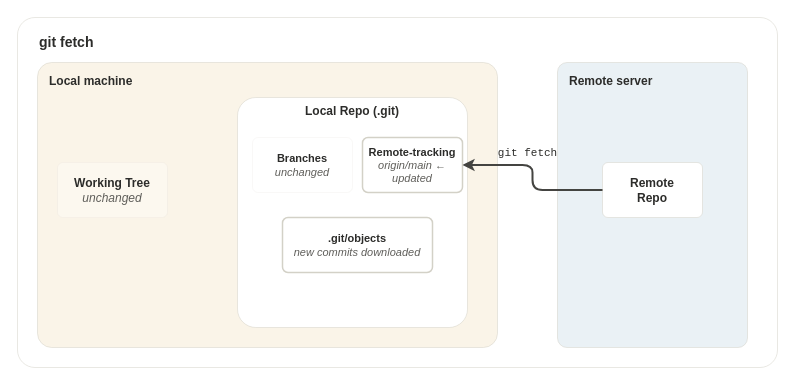
Earlier version of the draw.io diagram assets/drawio/git-remote-fetch.drawio (braboj/tutorial-git). Source tidied: cells renumbered, new cells numbered last; positions are measured from the earlier drawing's top-left corner, leaving out a move shared by most shapes. Both pictures are drawn from the tidied source at 100%, with x=0, y=0 at pixel (17, 17).
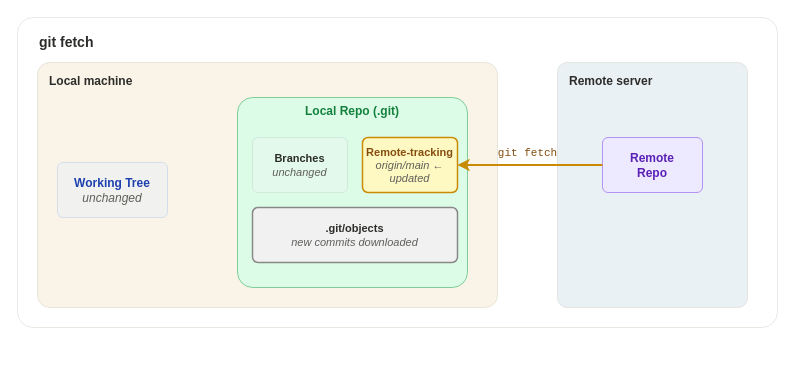
The same page after the edit.

Commit message (it also covers changes not shown here):
fix: restore colors and polish all remote chapter diagrams

Change to the diagram source:
```diff
@@
 <mxGraphModel>
   <root>
     <mxCell id="0" />
     <mxCell id="1" parent="0" />
     <mxCell id="2" style="rounded=1;whiteSpace=wrap;html=1;fillColor=#FFFFFF;strokeColor=#D3D1C7;strokeWidth=0.5;shadow=0;arcSize=5;" parent="1" vertex="1">
-      <mxGeometry width="760" height="350" as="geometry" />
+      <mxGeometry width="760" height="310" as="geometry" />
     </mxCell>
     <mxCell id="3" value="git fetch" style="text;html=1;strokeColor=none;fillColor=none;align=left;verticalAlign=top;fontSize=14;fontStyle=1;fontColor=#2C2C2A;fontFamily=Helvetica;" parent="1" vertex="1">
       <mxGeometry x="20" y="10" width="120" height="24" as="geometry" />
     </mxCell>
     <mxCell id="4" style="rounded=1;whiteSpace=wrap;html=1;fillColor=#FAF4E8;strokeColor=#D3D1C7;strokeWidth=0.5;shadow=0;arcSize=5;" parent="1" vertex="1">
-      <mxGeometry x="20" y="45" width="460" height="285" as="geometry" />
+      <mxGeometry x="20" y="45" width="460" height="245" as="geometry" />
     </mxCell>
     <mxCell id="5" value="Local machine" style="text;html=1;strokeColor=none;fillColor=none;align=left;verticalAlign=top;fontSize=12;fontStyle=1;fontColor=#2C2C2A;fontFamily=Helvetica;" parent="1" vertex="1">
       <mxGeometry x="30" y="50" width="120" height="20" as="geometry" />
     </mxCell>
     <mxCell id="6" style="rounded=1;whiteSpace=wrap;html=1;fillColor=#EAF1F5;strokeColor=#D3D1C7;strokeWidth=0.5;shadow=0;arcSize=5;" parent="1" vertex="1">
-      <mxGeometry x="540" y="45" width="190" height="285" as="geometry" />
+      <mxGeometry x="540" y="45" width="190" height="245" as="geometry" />
     </mxCell>
     <mxCell id="7" value="Remote server" style="text;html=1;strokeColor=none;fillColor=none;align=left;verticalAlign=top;fontSize=12;fontStyle=1;fontColor=#2C2C2A;fontFamily=Helvetica;" parent="1" vertex="1">
       <mxGeometry x="550" y="50" width="120" height="20" as="geometry" />
     </mxCell>
-    <mxCell id="8" value="Working Tree&lt;br&gt;&lt;i style=&quot;font-weight:normal;color:#5F5E5A&quot;&gt;unchanged&lt;/i&gt;" style="rounded=1;whiteSpace=wrap;html=1;fillColor=#FFFFFF;strokeColor=#D3D1C7;strokeWidth=0.5;shadow=0;fontSize=12;fontStyle=1;fontColor=#2C2C2A;fontFamily=Helvetica;verticalAlign=middle;align=center;arcSize=10;opacity=30;" parent="1" vertex="1">
+    <mxCell id="8" value="Working Tree&lt;br&gt;&lt;i style=&quot;font-weight:normal;color:#5F5E5A&quot;&gt;unchanged&lt;/i&gt;" style="rounded=1;whiteSpace=wrap;html=1;fillColor=#DBEAFE;strokeColor=#2563EB;strokeWidth=0.5;shadow=0;fontSize=12;fontStyle=1;fontColor=#1E40AF;fontFamily=Helvetica;verticalAlign=middle;align=center;arcSize=10;opacity=30;" parent="1" vertex="1">
       <mxGeometry x="40" y="145" width="110" height="55" as="geometry" />
     </mxCell>
-    <mxCell id="9" value="Local Repo (.git)" style="rounded=1;whiteSpace=wrap;html=1;fillColor=#FFFFFF;strokeColor=#D3D1C7;strokeWidth=0.5;shadow=0;fontSize=12;fontStyle=1;fontColor=#2C2C2A;fontFamily=Helvetica;verticalAlign=top;align=center;arcSize=8;" parent="1" vertex="1">
-      <mxGeometry x="220" y="80" width="230" height="230" as="geometry" />
+    <mxCell id="9" value="Local Repo (.git)" style="rounded=1;whiteSpace=wrap;html=1;fillColor=#DCFCE7;strokeColor=#16A34A;strokeWidth=0.5;shadow=0;fontSize=12;fontStyle=1;fontColor=#15803D;fontFamily=Helvetica;verticalAlign=top;align=center;arcSize=8;" parent="1" vertex="1">
+      <mxGeometry x="220" y="80" width="230" height="190" as="geometry" />
     </mxCell>
-    <mxCell id="10" value="Branches&lt;br&gt;&lt;i style=&quot;font-weight:normal;color:#5F5E5A&quot;&gt;unchanged&lt;/i&gt;" style="rounded=1;whiteSpace=wrap;html=1;fillColor=#FFFFFF;strokeColor=#D3D1C7;strokeWidth=0.5;shadow=0;fontSize=11;fontStyle=1;fontColor=#2C2C2A;fontFamily=Helvetica;verticalAlign=middle;align=center;arcSize=10;opacity=30;" parent="1" vertex="1">
-      <mxGeometry x="235" y="120" width="100" height="55" as="geometry" />
+    <mxCell id="10" value="Branches&lt;br&gt;&lt;i style=&quot;font-weight:normal;color:#5F5E5A&quot;&gt;unchanged&lt;/i&gt;" style="rounded=1;whiteSpace=wrap;html=1;fillColor=#F1F1F1;strokeColor=#888888;strokeWidth=0.5;shadow=0;fontSize=11;fontStyle=1;fontColor=#2C2C2A;fontFamily=Helvetica;verticalAlign=middle;align=center;arcSize=10;opacity=30;" parent="1" vertex="1">
+      <mxGeometry x="235" y="120" width="95" height="55" as="geometry" />
     </mxCell>
-    <mxCell id="11" value="Remote-tracking&lt;br&gt;&lt;i style=&quot;font-weight:normal;color:#5F5E5A&quot;&gt;origin/main &amp;#x2190; updated&lt;/i&gt;" style="rounded=1;whiteSpace=wrap;html=1;fillColor=#FFFFFF;strokeColor=#D3D1C7;strokeWidth=1.5;shadow=0;fontSize=11;fontStyle=1;fontColor=#2C2C2A;fontFamily=Helvetica;verticalAlign=middle;align=center;arcSize=10;" parent="1" vertex="1">
-      <mxGeometry x="345" y="120" width="100" height="55" as="geometry" />
+    <mxCell id="11" value="Remote-tracking&lt;br&gt;&lt;i style=&quot;font-weight:normal;color:#5F5E5A&quot;&gt;origin/main &amp;#x2190; updated&lt;/i&gt;" style="rounded=1;whiteSpace=wrap;html=1;fillColor=#FEF9C3;strokeColor=#CA8A04;strokeWidth=1.5;shadow=0;fontSize=11;fontStyle=1;fontColor=#854D0E;fontFamily=Helvetica;verticalAlign=middle;align=center;arcSize=10;" parent="1" vertex="1">
+      <mxGeometry x="345" y="120" width="95" height="55" as="geometry" />
     </mxCell>
-    <mxCell id="12" value=".git/objects&lt;br&gt;&lt;i style=&quot;font-weight:normal;color:#5F5E5A&quot;&gt;new commits downloaded&lt;/i&gt;" style="rounded=1;whiteSpace=wrap;html=1;fillColor=#FFFFFF;strokeColor=#D3D1C7;strokeWidth=1.5;shadow=0;fontSize=11;fontStyle=1;fontColor=#2C2C2A;fontFamily=Helvetica;verticalAlign=middle;align=center;arcSize=10;" parent="1" vertex="1">
-      <mxGeometry x="265" y="200" width="150" height="55" as="geometry" />
+    <mxCell id="12" value=".git/objects&lt;br&gt;&lt;i style=&quot;font-weight:normal;color:#5F5E5A&quot;&gt;new commits downloaded&lt;/i&gt;" style="rounded=1;whiteSpace=wrap;html=1;fillColor=#F1F1F1;strokeColor=#888888;strokeWidth=1.5;shadow=0;fontSize=11;fontStyle=1;fontColor=#2C2C2A;fontFamily=Helvetica;verticalAlign=middle;align=center;arcSize=10;" parent="1" vertex="1">
+      <mxGeometry x="235" y="190" width="205" height="55" as="geometry" />
     </mxCell>
-    <mxCell id="13" value="Remote&lt;br&gt;Repo" style="rounded=1;whiteSpace=wrap;html=1;fillColor=#FFFFFF;strokeColor=#D3D1C7;strokeWidth=0.5;shadow=0;fontSize=12;fontStyle=1;fontColor=#2C2C2A;fontFamily=Helvetica;verticalAlign=middle;align=center;arcSize=10;" parent="1" vertex="1">
-      <mxGeometry x="585" y="145" width="100" height="55" as="geometry" />
+    <mxCell id="13" value="Remote&lt;br&gt;Repo" style="rounded=1;whiteSpace=wrap;html=1;fillColor=#EDE9FE;strokeColor=#7C3AED;strokeWidth=0.5;shadow=0;fontSize=12;fontStyle=1;fontColor=#5B21B6;fontFamily=Helvetica;verticalAlign=middle;align=center;arcSize=10;" parent="1" vertex="1">
+      <mxGeometry x="585" y="120" width="100" height="55" as="geometry" />
     </mxCell>
-    <mxCell id="14" style="endArrow=classic;html=1;strokeColor=#444441;strokeWidth=2;endFill=1;endSize=6;exitX=0;exitY=0.5;exitDx=0;exitDy=0;entryX=1;entryY=0.5;entryDx=0;entryDy=0;edgeStyle=orthogonalEdgeStyle;" parent="1" edge="1" source="13" target="11">
+    <mxCell id="14" style="endArrow=classic;html=1;strokeColor=#CA8A04;strokeWidth=2;endFill=1;endSize=6;exitX=0;exitY=0.5;exitDx=0;exitDy=0;entryX=1;entryY=0.5;entryDx=0;entryDy=0;edgeStyle=orthogonalEdgeStyle;" parent="1" edge="1" source="13" target="11">
       <mxGeometry relative="1" as="geometry" />
     </mxCell>
-    <mxCell id="15" value="git fetch" style="text;html=1;strokeColor=none;fillColor=none;align=center;verticalAlign=bottom;fontSize=11;fontStyle=0;fontColor=#2C2C2A;fontFamily=Courier New;" parent="1" vertex="1">
+    <mxCell id="15" value="git fetch" style="text;html=1;strokeColor=none;fillColor=none;align=center;verticalAlign=bottom;fontSize=11;fontStyle=0;fontColor=#854D0E;fontFamily=Courier New;" parent="1" vertex="1">
       <mxGeometry x="470" y="127" width="80" height="18" as="geometry" />
     </mxCell>
   </root>
 </mxGraphModel>
```
